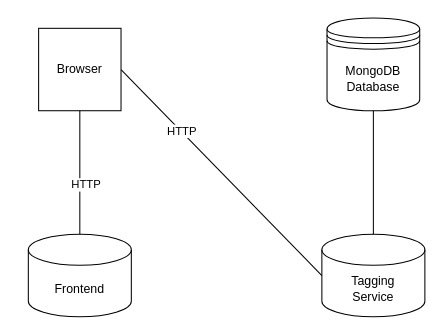
Above: model/deployment_view.drawio in LuCEresearchlab/python-react-tagging-standalone (draw.io), before the change. Source tidied: cells renumbered, new cells numbered last; positions are measured from the earlier drawing's top-left corner, leaving out a move shared by most shapes. Both pictures are drawn from the tidied source at 103%, with x=0, y=0 at pixel (28, 18).
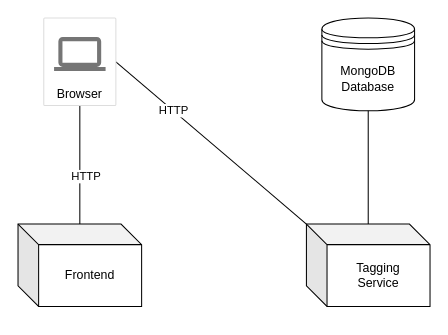
After the change.

Commit message (it also covers changes not shown here):
Renamed tests in dataset_api Updated testing instructions in README.md Updated requirements.txt Updated .gitignore Deleted unused files

What changed in the source:
```diff
@@
 <mxGraphModel>
   <root>
     <mxCell id="0" />
     <mxCell id="1" parent="0" />
     <mxCell id="2" value="&lt;div&gt;MongoDB&lt;/div&gt;&lt;div&gt;Database&lt;br&gt;&lt;/div&gt;" style="shape=datastore;whiteSpace=wrap;html=1;" parent="1" vertex="1">
-      <mxGeometry x="290" width="90" height="90" as="geometry" />
+      <mxGeometry x="285" width="90" height="90" as="geometry" />
     </mxCell>
-    <mxCell id="3" value="&lt;div&gt;Tagging&lt;/div&gt;&lt;div&gt;Service&lt;br&gt;&lt;/div&gt;" style="shape=cylinder3;whiteSpace=wrap;html=1;boundedLbl=1;backgroundOutline=1;size=15;" parent="1" vertex="1">
-      <mxGeometry x="285" y="210" width="100" height="80" as="geometry" />
-    </mxCell>
-    <mxCell id="4" value="Frontend" style="shape=cylinder3;whiteSpace=wrap;html=1;boundedLbl=1;backgroundOutline=1;size=15;" parent="1" vertex="1">
-      <mxGeometry y="210" width="100" height="80" as="geometry" />
-    </mxCell>
-    <mxCell id="5" style="endArrow=none;html=1;entryX=1;entryY=0.5;entryDx=0;entryDy=0;exitX=0;exitY=0.5;exitDx=0;exitDy=0;exitPerimeter=0;" parent="1" edge="1" source="3" target="8">
+    <mxCell id="5" style="endArrow=none;html=1;exitX=0;exitY=0;exitDx=0;exitDy=0;exitPerimeter=0;entryX=1;entryY=0.5;entryDx=0;entryDy=0;" parent="1" edge="1" source="3" target="8">
       <mxGeometry relative="1" as="geometry" />
     </mxCell>
     <mxCell id="6" value="HTTP" style="edgeLabel;html=1;align=center;verticalAlign=middle;" parent="5" vertex="1">
       <mxGeometry x="0.4" relative="1" as="geometry" />
     </mxCell>
     <mxCell id="7" style="endArrow=none;html=1;entryX=0.5;entryY=1;entryDx=0;entryDy=0;" parent="1" edge="1" source="3" target="2">
       <mxGeometry relative="1" as="geometry" />
     </mxCell>
-    <mxCell id="8" value="Browser" style="whiteSpace=wrap;html=1;" parent="1" vertex="1">
-      <mxGeometry x="10" y="10" width="80" height="80" as="geometry" />
-    </mxCell>
-    <mxCell id="9" style="endArrow=none;html=1;entryX=0.5;entryY=1;entryDx=0;entryDy=0;exitX=0.5;exitY=0;exitDx=0;exitDy=0;exitPerimeter=0;" parent="1" edge="1" source="4" target="8">
+    <mxCell id="9" style="endArrow=none;html=1;entryX=0.5;entryY=1;entryDx=0;entryDy=0;" parent="1" edge="1" source="4" target="8">
       <mxGeometry relative="1" as="geometry" />
     </mxCell>
     <mxCell id="10" value="HTTP" style="edgeLabel;html=1;align=center;verticalAlign=middle;" parent="9" vertex="1">
       <mxGeometry x="-0.18" y="-5" relative="1" as="geometry" />
     </mxCell>
+    <mxCell id="4" value="Frontend" style="shape=cube;whiteSpace=wrap;html=1;boundedLbl=1;backgroundOutline=1;darkOpacity=0.05;darkOpacity2=0.1;" parent="1" vertex="1">
+      <mxGeometry x="-10" y="200" width="120" height="80" as="geometry" />
+    </mxCell>
+    <mxCell id="3" value="Tagging&lt;br&gt;Service" style="shape=cube;whiteSpace=wrap;html=1;boundedLbl=1;backgroundOutline=1;darkOpacity=0.05;darkOpacity2=0.1;" parent="1" vertex="1">
+      <mxGeometry x="270" y="200" width="120" height="80" as="geometry" />
+    </mxCell>
+    <mxCell id="8" value="Browser" style="strokeColor=#dddddd;shadow=0;strokeWidth=1;rounded=1;absoluteArcSize=1;arcSize=2;labelPosition=center;verticalLabelPosition=middle;align=center;verticalAlign=bottom;spacingLeft=0;fontSize=12;whiteSpace=wrap;spacingBottom=2;" parent="1" vertex="1">
+      <mxGeometry x="15" width="70" height="85" as="geometry" />
+    </mxCell>
+    <mxCell id="11" style="dashed=0;html=1;fillColor=#757575;strokeColor=none;shape=mxgraph.gcp2.laptop;" parent="8" vertex="1">
+      <mxGeometry x="0.5" width="50" height="33" relative="1" as="geometry">
+        <mxPoint x="-25" y="18.5" as="offset" />
+      </mxGeometry>
+    </mxCell>
   </root>
 </mxGraphModel>
```
